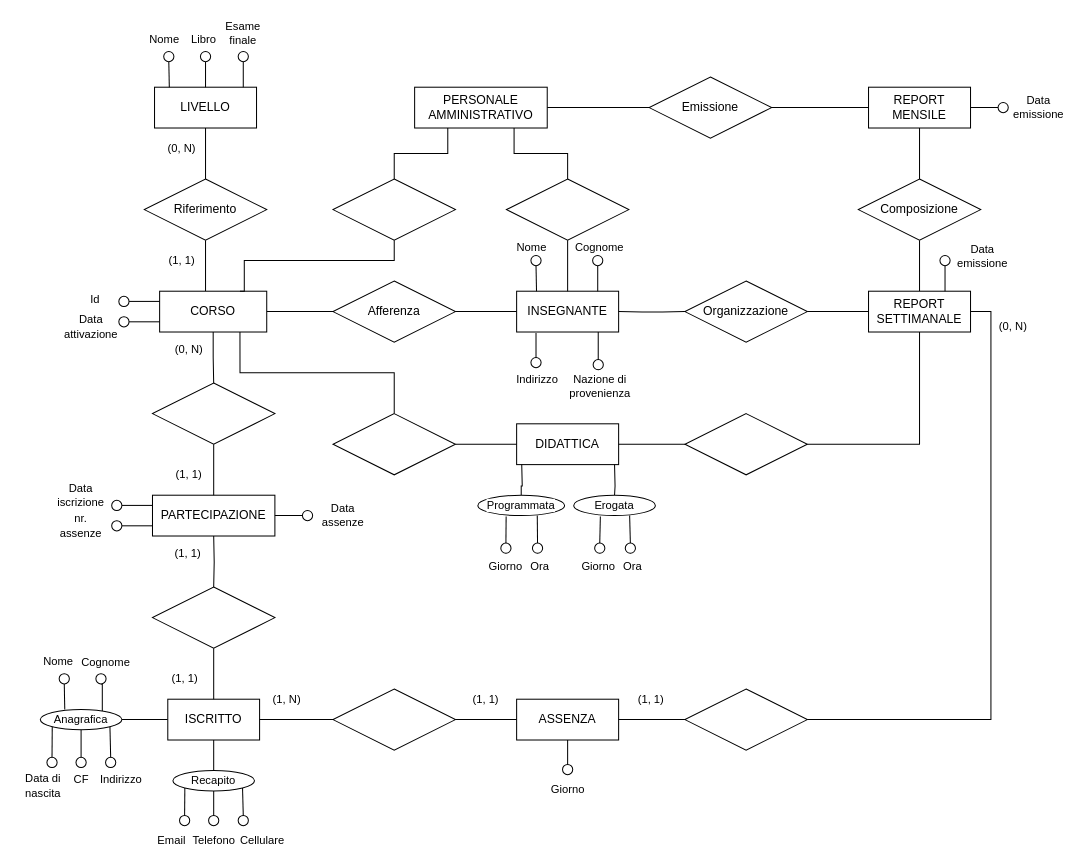
Before: progettoDB.drawio in TizianoLilli/GitExerciseLinux, a draw.io diagram. Source tidied: cells renumbered, new cells numbered last; positions are measured from the earlier drawing's top-left corner, leaving out a move shared by most shapes. Both pictures are drawn from the tidied source at 102%, with x=0, y=0 at pixel (17, 17).
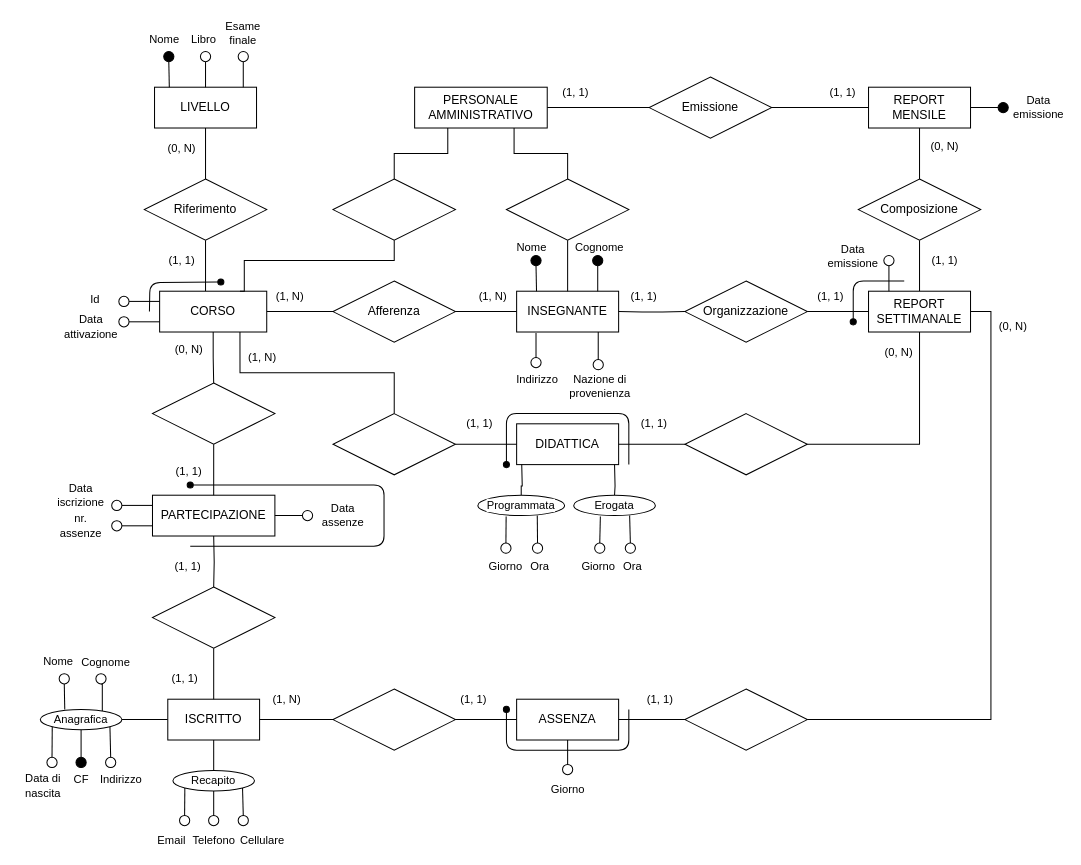
The same page after the edit.

Unchanged cells that the change refers to:
```xml
<mxCell id="26" value="REPORT SETTIMANALE" style="whiteSpace=wrap;html=1;align=center;" parent="1" vertex="1">
  <mxGeometry x="834" y="268" width="100" height="40" as="geometry" />
</mxCell>
```

Diff of the diagram source:
```diff
@@
-    <mxCell id="54" style="ellipse;whiteSpace=wrap;html=1;rounded=1;fontFamily=Helvetica;fontSize=11;fontColor=default;labelBackgroundColor=default;" parent="1" vertex="1">
+    <mxCell id="54" style="ellipse;whiteSpace=wrap;html=1;rounded=1;fontFamily=Helvetica;fontSize=11;fontColor=default;labelBackgroundColor=default;fillColor=#000000;" parent="1" vertex="1">
       <mxGeometry x="143" y="33" width="10" height="10" as="geometry" />
     </mxCell>
@@
-    <mxCell id="91" style="ellipse;whiteSpace=wrap;html=1;rounded=1;fontFamily=Helvetica;fontSize=11;fontColor=default;labelBackgroundColor=default;" parent="1" vertex="1">
+    <mxCell id="91" style="ellipse;whiteSpace=wrap;html=1;rounded=1;fontFamily=Helvetica;fontSize=11;fontColor=default;labelBackgroundColor=default;fillColor=#000000;" parent="1" vertex="1">
       <mxGeometry x="57" y="725" width="10" height="10" as="geometry" />
     </mxCell>
@@
-    <mxCell id="109" style="ellipse;whiteSpace=wrap;html=1;rounded=1;fontFamily=Helvetica;fontSize=11;fontColor=default;labelBackgroundColor=default;" parent="1" vertex="1">
+    <mxCell id="109" style="ellipse;whiteSpace=wrap;html=1;rounded=1;fontFamily=Helvetica;fontSize=11;fontColor=default;labelBackgroundColor=default;fillColor=#000000;" parent="1" vertex="1">
       <mxGeometry x="961" y="83" width="10" height="10" as="geometry" />
     </mxCell>
-    <mxCell id="110" style="edgeStyle=orthogonalEdgeStyle;shape=connector;curved=0;rounded=0;jettySize=auto;html=1;exitX=0.5;exitY=1;exitDx=0;exitDy=0;entryX=0.75;entryY=0;entryDx=0;entryDy=0;strokeColor=default;align=center;verticalAlign=middle;fontFamily=Helvetica;fontSize=11;fontColor=default;labelBackgroundColor=default;endArrow=none;endFill=0;" parent="1" edge="1" source="111" target="26">
-      <mxGeometry relative="1" as="geometry" />
+    <mxCell id="110" style="edgeStyle=orthogonalEdgeStyle;shape=connector;curved=0;rounded=0;jettySize=auto;html=1;exitX=0.5;exitY=1;exitDx=0;exitDy=0;entryX=0.75;entryY=0;entryDx=0;entryDy=0;strokeColor=default;align=center;verticalAlign=middle;fontFamily=Helvetica;fontSize=11;fontColor=default;labelBackgroundColor=default;endArrow=none;endFill=0;" parent="1" edge="1" source="111">
+      <mxGeometry relative="1" as="geometry">
+        <mxPoint x="854" y="268" as="targetPoint" />
+      </mxGeometry>
     </mxCell>
-    <mxCell id="111" style="ellipse;whiteSpace=wrap;html=1;rounded=1;fontFamily=Helvetica;fontSize=11;fontColor=default;labelBackgroundColor=default;" parent="1" vertex="1">
-      <mxGeometry x="904" y="233" width="10" height="10" as="geometry" />
+    <mxCell id="111" style="ellipse;whiteSpace=wrap;html=1;rounded=1;fontFamily=Helvetica;fontSize=11;fontColor=default;labelBackgroundColor=default;fillColor=#FFFFFF;" parent="1" vertex="1">
+      <mxGeometry x="849" y="233" width="10" height="10" as="geometry" />
     </mxCell>
     <mxCell id="112" value="Data emissione" style="text;html=1;whiteSpace=wrap;strokeColor=none;fillColor=none;align=center;verticalAlign=middle;rounded=0;fontFamily=Helvetica;fontSize=11;fontColor=default;labelBackgroundColor=default;" parent="1" vertex="1">
-      <mxGeometry x="921" y="225" width="50" height="18" as="geometry" />
+      <mxGeometry x="794" y="225" width="50" height="18" as="geometry" />
     </mxCell>
@@
-    <mxCell id="114" style="ellipse;whiteSpace=wrap;html=1;rounded=1;fontFamily=Helvetica;fontSize=11;fontColor=default;labelBackgroundColor=default;" parent="1" vertex="1">
+    <mxCell id="114" style="ellipse;whiteSpace=wrap;html=1;rounded=1;fontFamily=Helvetica;fontSize=11;fontColor=default;labelBackgroundColor=default;fillColor=#000000;" parent="1" vertex="1">
       <mxGeometry x="503" y="233" width="10" height="10" as="geometry" />
     </mxCell>
@@
-    <mxCell id="116" style="ellipse;whiteSpace=wrap;html=1;rounded=1;fontFamily=Helvetica;fontSize=11;fontColor=default;labelBackgroundColor=default;" parent="1" vertex="1">
+    <mxCell id="116" style="ellipse;whiteSpace=wrap;html=1;rounded=1;fontFamily=Helvetica;fontSize=11;fontColor=default;labelBackgroundColor=default;fillColor=#000000;" parent="1" vertex="1">
       <mxGeometry x="563.5" y="233" width="10" height="10" as="geometry" />
     </mxCell>
@@
     <mxCell id="156" value="(1, 1)" style="text;html=1;whiteSpace=wrap;strokeColor=none;fillColor=none;align=center;verticalAlign=middle;rounded=0;fontFamily=Helvetica;fontSize=11;fontColor=default;labelBackgroundColor=default;" parent="1" vertex="1">
-      <mxGeometry x="153" y="438" width="30" height="20" as="geometry" />
+      <mxGeometry x="153" y="435" width="30" height="20" as="geometry" />
     </mxCell>
     <mxCell id="157" value="(1, 1)" style="text;html=1;whiteSpace=wrap;strokeColor=none;fillColor=none;align=center;verticalAlign=middle;rounded=0;fontFamily=Helvetica;fontSize=11;fontColor=default;labelBackgroundColor=default;" parent="1" vertex="1">
-      <mxGeometry x="152" y="514.9" width="30" height="20" as="geometry" />
+      <mxGeometry x="152" y="527.9" width="30" height="20" as="geometry" />
     </mxCell>
@@
     <mxCell id="161" value="(1, 1)" style="text;html=1;whiteSpace=wrap;strokeColor=none;fillColor=none;align=center;verticalAlign=middle;rounded=0;fontFamily=Helvetica;fontSize=11;fontColor=default;labelBackgroundColor=default;" parent="1" vertex="1">
-      <mxGeometry x="443.5" y="658" width="30" height="20" as="geometry" />
+      <mxGeometry x="431.5" y="658" width="30" height="20" as="geometry" />
     </mxCell>
     <mxCell id="162" value="(1, 1)" style="text;html=1;whiteSpace=wrap;strokeColor=none;fillColor=none;align=center;verticalAlign=middle;rounded=0;fontFamily=Helvetica;fontSize=11;fontColor=default;labelBackgroundColor=default;" parent="1" vertex="1">
-      <mxGeometry x="605.5" y="658" width="30" height="20" as="geometry" />
+      <mxGeometry x="614.5" y="658" width="30" height="20" as="geometry" />
     </mxCell>
+    <mxCell id="163" value="(0, N)" style="text;html=1;whiteSpace=wrap;strokeColor=none;fillColor=none;align=center;verticalAlign=middle;rounded=0;fontFamily=Helvetica;fontSize=11;fontColor=default;labelBackgroundColor=default;" parent="1" vertex="1">
+      <mxGeometry x="894" y="116" width="30" height="20" as="geometry" />
+    </mxCell>
+    <mxCell id="164" value="(1, 1)" style="text;html=1;whiteSpace=wrap;strokeColor=none;fillColor=none;align=center;verticalAlign=middle;rounded=0;fontFamily=Helvetica;fontSize=11;fontColor=default;labelBackgroundColor=default;" parent="1" vertex="1">
+      <mxGeometry x="894" y="228" width="30" height="20" as="geometry" />
+    </mxCell>
+    <mxCell id="165" value="(1, 1)" style="text;html=1;whiteSpace=wrap;strokeColor=none;fillColor=none;align=center;verticalAlign=middle;rounded=0;fontFamily=Helvetica;fontSize=11;fontColor=default;labelBackgroundColor=default;" parent="1" vertex="1">
+      <mxGeometry x="532" y="63" width="30" height="20" as="geometry" />
+    </mxCell>
+    <mxCell id="166" value="(1, 1)" style="text;html=1;whiteSpace=wrap;strokeColor=none;fillColor=none;align=center;verticalAlign=middle;rounded=0;fontFamily=Helvetica;fontSize=11;fontColor=default;labelBackgroundColor=default;" parent="1" vertex="1">
+      <mxGeometry x="794" y="63" width="30" height="20" as="geometry" />
+    </mxCell>
+    <mxCell id="167" value="(1, 1)" style="text;html=1;whiteSpace=wrap;strokeColor=none;fillColor=none;align=center;verticalAlign=middle;rounded=0;fontFamily=Helvetica;fontSize=11;fontColor=default;labelBackgroundColor=default;" parent="1" vertex="1">
+      <mxGeometry x="599" y="263" width="30" height="20" as="geometry" />
+    </mxCell>
+    <mxCell id="168" value="(1, 1)" style="text;html=1;whiteSpace=wrap;strokeColor=none;fillColor=none;align=center;verticalAlign=middle;rounded=0;fontFamily=Helvetica;fontSize=11;fontColor=default;labelBackgroundColor=default;" parent="1" vertex="1">
+      <mxGeometry x="782" y="263" width="30" height="20" as="geometry" />
+    </mxCell>
+    <mxCell id="169" value="(1, N)" style="text;html=1;whiteSpace=wrap;strokeColor=none;fillColor=none;align=center;verticalAlign=middle;rounded=0;fontFamily=Helvetica;fontSize=11;fontColor=default;labelBackgroundColor=default;" parent="1" vertex="1">
+      <mxGeometry x="252" y="263" width="30" height="20" as="geometry" />
+    </mxCell>
+    <mxCell id="170" value="(1, N)" style="text;html=1;whiteSpace=wrap;strokeColor=none;fillColor=none;align=center;verticalAlign=middle;rounded=0;fontFamily=Helvetica;fontSize=11;fontColor=default;labelBackgroundColor=default;" parent="1" vertex="1">
+      <mxGeometry x="451" y="263" width="30" height="20" as="geometry" />
+    </mxCell>
+    <mxCell id="171" value="(0, N)" style="text;html=1;whiteSpace=wrap;strokeColor=none;fillColor=none;align=center;verticalAlign=middle;rounded=0;fontFamily=Helvetica;fontSize=11;fontColor=default;labelBackgroundColor=default;" parent="1" vertex="1">
+      <mxGeometry x="849" y="318" width="30" height="20" as="geometry" />
+    </mxCell>
+    <mxCell id="172" value="(1, N)" style="text;html=1;whiteSpace=wrap;strokeColor=none;fillColor=none;align=center;verticalAlign=middle;rounded=0;fontFamily=Helvetica;fontSize=11;fontColor=default;labelBackgroundColor=default;" parent="1" vertex="1">
+      <mxGeometry x="225" y="323" width="30" height="20" as="geometry" />
+    </mxCell>
+    <mxCell id="173" value="(1, 1)" style="text;html=1;whiteSpace=wrap;strokeColor=none;fillColor=none;align=center;verticalAlign=middle;rounded=0;fontFamily=Helvetica;fontSize=11;fontColor=default;labelBackgroundColor=default;" parent="1" vertex="1">
+      <mxGeometry x="609" y="388" width="30" height="20" as="geometry" />
+    </mxCell>
+    <mxCell id="174" value="(1, 1)" style="text;html=1;whiteSpace=wrap;strokeColor=none;fillColor=none;align=center;verticalAlign=middle;rounded=0;fontFamily=Helvetica;fontSize=11;fontColor=default;labelBackgroundColor=default;" parent="1" vertex="1">
+      <mxGeometry x="438" y="388" width="30" height="20" as="geometry" />
+    </mxCell>
+    <mxCell id="175" style="endArrow=none;html=1;rounded=1;strokeColor=default;align=center;verticalAlign=middle;fontFamily=Helvetica;fontSize=11;fontColor=default;labelBackgroundColor=default;edgeStyle=orthogonalEdgeStyle;curved=0;endFill=0;startArrow=oval;startFill=1;" parent="1" edge="1">
+      <mxGeometry relative="1" as="geometry">
+        <mxPoint x="199" y="259" as="sourcePoint" />
+        <mxPoint x="129" y="288" as="targetPoint" />
+      </mxGeometry>
+    </mxCell>
+    <mxCell id="176" style="endArrow=none;html=1;rounded=1;strokeColor=default;align=center;verticalAlign=middle;fontFamily=Helvetica;fontSize=11;fontColor=default;labelBackgroundColor=default;edgeStyle=orthogonalEdgeStyle;curved=0;startArrow=oval;startFill=1;endFill=0;" parent="1" edge="1">
+      <mxGeometry relative="1" as="geometry">
+        <mxPoint x="169" y="458" as="sourcePoint" />
+        <mxPoint x="169" y="518" as="targetPoint" />
+        <Array as="points">
+          <mxPoint x="359" y="458" />
+          <mxPoint x="359" y="518" />
+        </Array>
+      </mxGeometry>
+    </mxCell>
+    <mxCell id="177" style="endArrow=none;html=1;rounded=1;strokeColor=default;align=center;verticalAlign=middle;fontFamily=Helvetica;fontSize=11;fontColor=default;labelBackgroundColor=default;edgeStyle=orthogonalEdgeStyle;curved=0;endFill=0;startArrow=oval;startFill=1;" parent="1" edge="1">
+      <mxGeometry relative="1" as="geometry">
+        <mxPoint x="819" y="298" as="sourcePoint" />
+        <mxPoint x="869" y="258" as="targetPoint" />
+        <Array as="points">
+          <mxPoint x="819" y="298" />
+          <mxPoint x="819" y="158" />
+        </Array>
+      </mxGeometry>
+    </mxCell>
+    <mxCell id="178" style="endArrow=none;html=1;rounded=1;strokeColor=default;align=center;verticalAlign=middle;fontFamily=Helvetica;fontSize=11;fontColor=default;labelBackgroundColor=default;edgeStyle=orthogonalEdgeStyle;curved=0;startArrow=oval;startFill=1;endFill=0;" parent="1" edge="1">
+      <mxGeometry relative="1" as="geometry">
+        <mxPoint x="479" y="438" as="sourcePoint" />
+        <mxPoint x="599" y="438" as="targetPoint" />
+        <Array as="points">
+          <mxPoint x="479" y="388" />
+          <mxPoint x="599" y="388" />
+        </Array>
+      </mxGeometry>
+    </mxCell>
+    <mxCell id="179" style="endArrow=none;html=1;rounded=1;strokeColor=default;align=center;verticalAlign=middle;fontFamily=Helvetica;fontSize=11;fontColor=default;labelBackgroundColor=default;edgeStyle=orthogonalEdgeStyle;curved=0;startArrow=oval;startFill=1;endFill=0;" parent="1" edge="1">
+      <mxGeometry relative="1" as="geometry">
+        <mxPoint x="479" y="678" as="sourcePoint" />
+        <mxPoint x="599" y="678" as="targetPoint" />
+        <Array as="points">
+          <mxPoint x="479" y="718" />
+          <mxPoint x="599" y="718" />
+        </Array>
+      </mxGeometry>
+    </mxCell>
```
